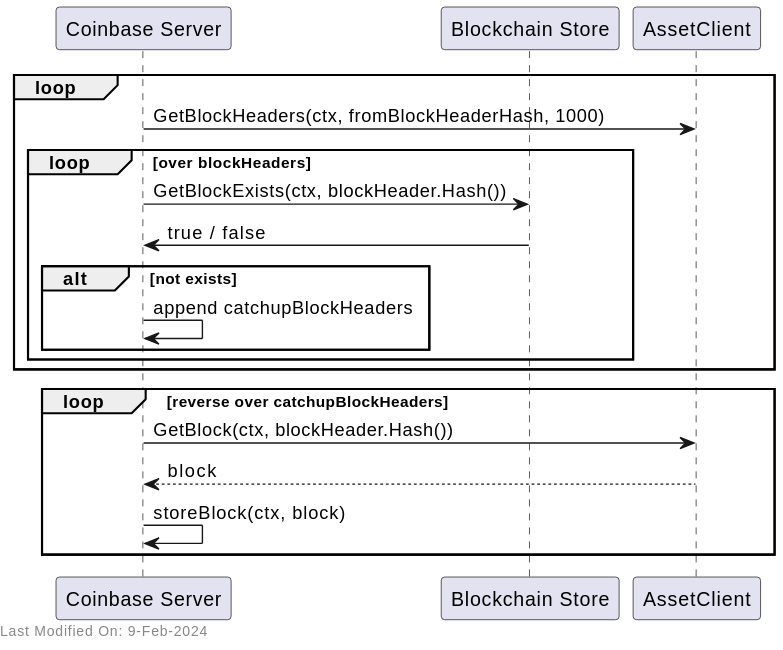
Earlier version of the PlantUML export docs/services/img/plantuml/coinbase/coinbase_catchup.svg (freemans13/teranode). Its source is kept beside it as docs/services/img/plantuml/coinbase/coinbase_catchup.puml. Source of this version:
```plantuml
@startuml
participant "Coinbase Server" as Co
participant "Blockchain Store" as St
participant "AssetClient" as AC

loop
    Co -> AC: GetBlockHeaders(ctx, fromBlockHeaderHash, 1000)

    loop over blockHeaders
        Co -> St: GetBlockExists(ctx, blockHeader.Hash())
        St -> Co: true / false
        alt not exists
            Co -> Co: append catchupBlockHeaders
        end
    end
end


loop reverse over catchupBlockHeaders
    Co -> AC: GetBlock(ctx, blockHeader.Hash())
    AC --> Co: block
    Co -> Co: storeBlock(ctx, block)
end

left footer Last Modified On: %date("dd-MMM-yyyy")

@enduml
```
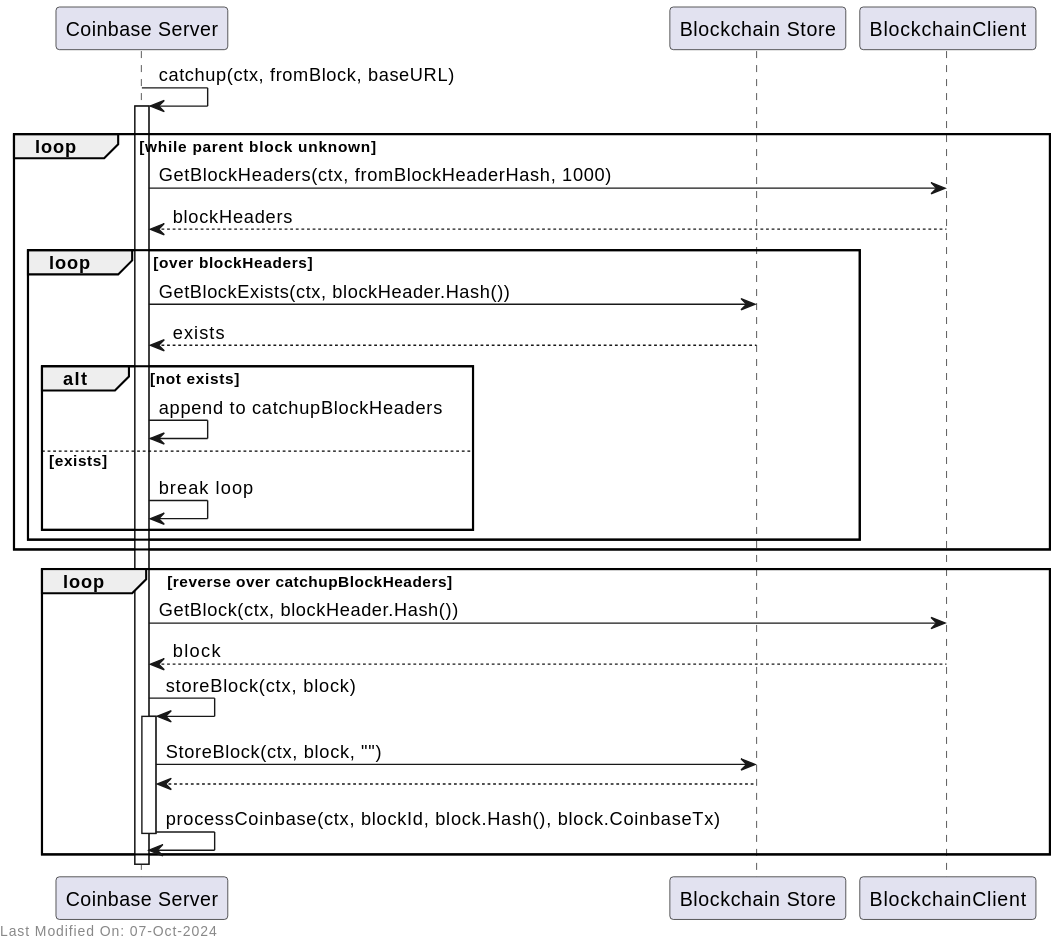
After the commit.

Change to the diagram source:
```diff
@@ -1,26 +1,38 @@
 @startuml
 participant "Coinbase Server" as Co
 participant "Blockchain Store" as St
-participant "AssetClient" as AC
+participant "BlockchainClient" as BC
 
-loop
-    Co -> AC: GetBlockHeaders(ctx, fromBlockHeaderHash, 1000)
+Co -> Co: catchup(ctx, fromBlock, baseURL)
+activate Co
+
+loop while parent block unknown
+    Co -> BC: GetBlockHeaders(ctx, fromBlockHeaderHash, 1000)
+    BC --> Co: blockHeaders
 
     loop over blockHeaders
         Co -> St: GetBlockExists(ctx, blockHeader.Hash())
-        St -> Co: true / false
+        St --> Co: exists
         alt not exists
-            Co -> Co: append catchupBlockHeaders
+            Co -> Co: append to catchupBlockHeaders
+        else exists
+            Co -> Co: break loop
         end
     end
 end
 
+loop reverse over catchupBlockHeaders
+    Co -> BC: GetBlock(ctx, blockHeader.Hash())
+    BC --> Co: block
+    Co -> Co: storeBlock(ctx, block)
+    activate Co
+    Co -> St: StoreBlock(ctx, block, "")
+    St --> Co
+    Co -> Co: processCoinbase(ctx, blockId, block.Hash(), block.CoinbaseTx)
+    deactivate Co
+end
 
-loop reverse over catchupBlockHeaders
-    Co -> AC: GetBlock(ctx, blockHeader.Hash())
-    AC --> Co: block
-    Co -> Co: storeBlock(ctx, block)
-end
+deactivate Co
 
 left footer Last Modified On: %date("dd-MMM-yyyy")
 
```
